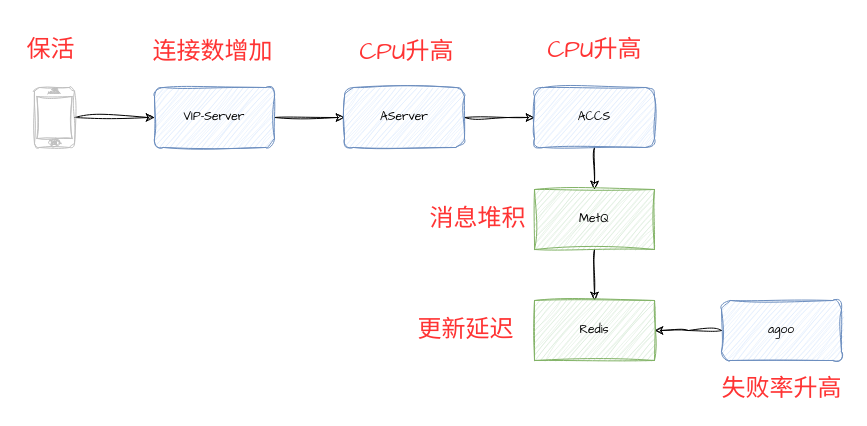
ChasingForWind/draw keeps this draw.io diagram as 保活影响.drawio. Above is the earlier version. Source tidied: cells renumbered, new cells numbered last; positions are measured from the earlier drawing's top-left corner, leaving out a move shared by most shapes. Both pictures are drawn from the tidied source at 100%, with x=0, y=0 at pixel (17, 29).
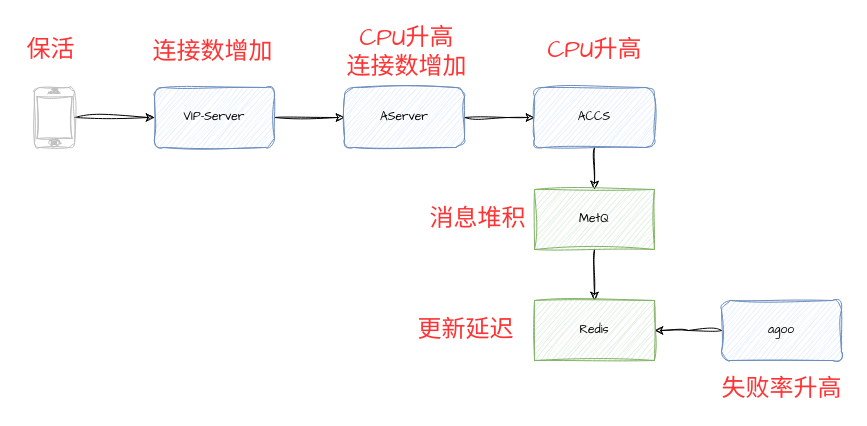
Above is the later version.

Commit message:
更新保活影响.drawio

The edit, as a diff of the source:
```diff
@@
-    <mxCell id="16" value="&lt;font color=&quot;#ff3333&quot;&gt;&lt;span style=&quot;font-size: 24px;&quot;&gt;CPU升高&lt;/span&gt;&lt;/font&gt;" style="text;html=1;align=center;verticalAlign=middle;strokeColor=none;fillColor=none;fontFamily=Architects Daughter;" parent="1" vertex="1">
-      <mxGeometry x="333" y="2" width="112" height="41" as="geometry" />
+    <mxCell id="16" value="&lt;font color=&quot;#ff3333&quot;&gt;&lt;span style=&quot;font-size: 24px;&quot;&gt;CPU升高&lt;/span&gt;&lt;/font&gt;&lt;div&gt;&lt;font color=&quot;#ff3333&quot;&gt;&lt;span style=&quot;font-size: 24px;&quot;&gt;连接数增加&lt;/span&gt;&lt;/font&gt;&lt;/div&gt;" style="text;html=1;align=center;verticalAlign=middle;strokeColor=none;fillColor=none;fontFamily=Architects Daughter;" parent="1" vertex="1">
+      <mxGeometry x="320" y="-12" width="138" height="70" as="geometry" />
     </mxCell>
```
